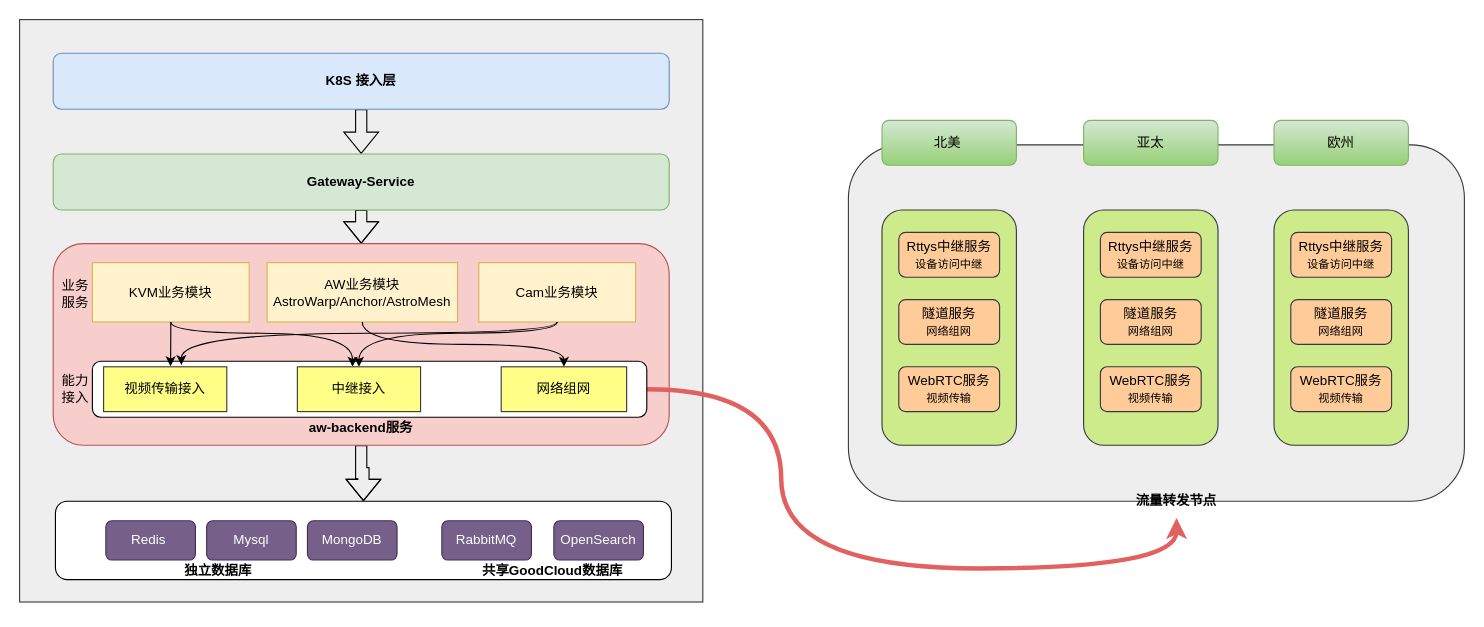
Above: page "第 2 页" (2 of 2) of aw-backend服务演进路线.drawio in 873098424/yanchuanbin (draw.io), before the change. Source tidied: cells renumbered, new cells numbered last; positions are measured from the earlier drawing's top-left corner, leaving out a move shared by most shapes. Both pictures are drawn from the tidied source at 112%, with x=0, y=0 at pixel (19, 19).
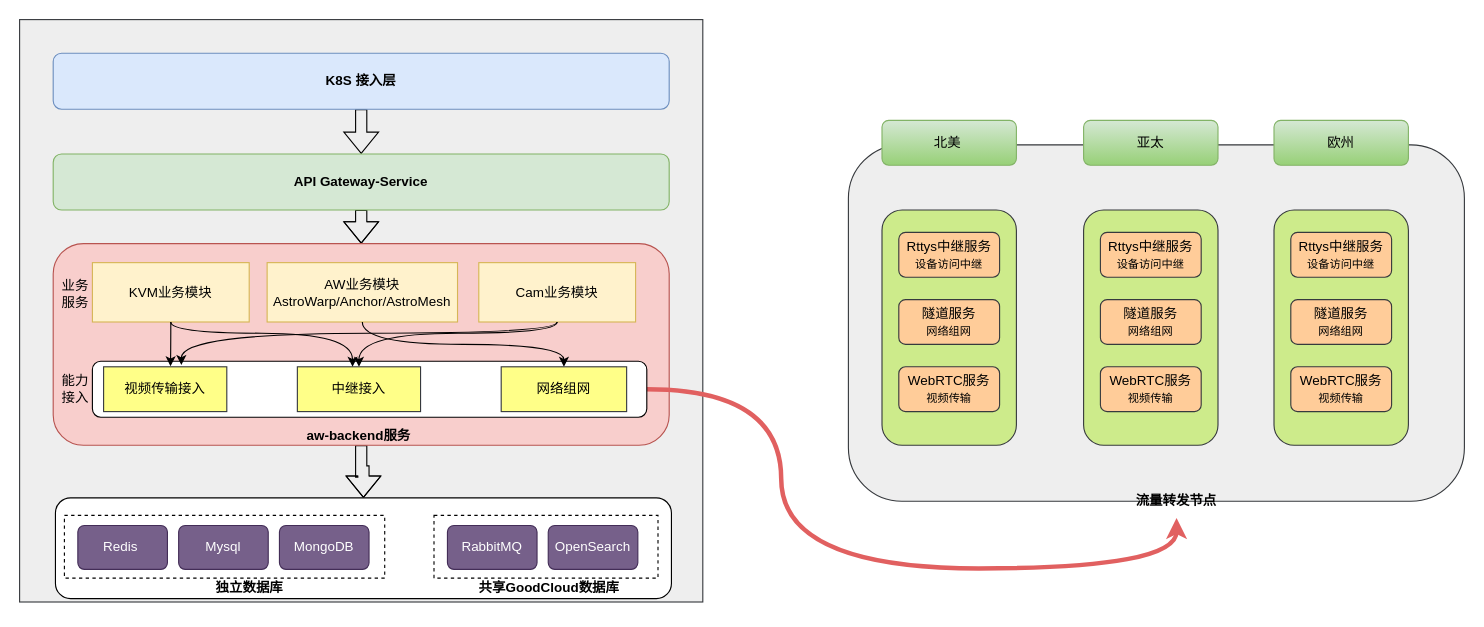
The same page after the edit.

Commit message:
更新aw-backend服务演进路线.drawio

Diff of the diagram source:
```diff
@@
-    <mxCell id="6" value="Gateway-Service" style="rounded=1;whiteSpace=wrap;html=1;fillColor=#d5e8d4;strokeColor=#82b366;fontStyle=1;" parent="1" vertex="1">
+    <mxCell id="6" value="API Gateway-Service" style="rounded=1;whiteSpace=wrap;html=1;fillColor=#d5e8d4;strokeColor=#82b366;fontStyle=1;" parent="1" vertex="1">
       <mxGeometry x="30" y="120" width="550" height="50" as="geometry" />
     </mxCell>
@@
     <mxCell id="12" style="group;" parent="1" vertex="1">
-      <mxGeometry x="32" y="430" width="550" height="83" as="geometry" />
+      <mxGeometry x="32" y="427" width="550" height="97.9" as="geometry" />
     </mxCell>
     <mxCell id="13" style="rounded=1;whiteSpace=wrap;html=1;" parent="12" vertex="1">
-      <mxGeometry width="550" height="70" as="geometry" />
+      <mxGeometry width="550" height="90" as="geometry" />
     </mxCell>
+    <mxCell id="19" value="独立数据库" style="text;html=1;whiteSpace=wrap;strokeColor=none;fillColor=none;align=center;verticalAlign=middle;rounded=0;fontStyle=1;" parent="12" vertex="1">
+      <mxGeometry x="136" y="64.3" width="75" height="33.6" as="geometry" />
+    </mxCell>
+    <mxCell id="51" style="rounded=0;whiteSpace=wrap;html=1;fillColor=none;dashed=1;" parent="12" vertex="1">
+      <mxGeometry x="8" y="15.7" width="286" height="56" as="geometry" />
+    </mxCell>
     <mxCell id="14" value="Redis&amp;nbsp;" style="rounded=1;whiteSpace=wrap;html=1;fillColor=#76608a;strokeColor=#432D57;fontColor=#ffffff;" parent="12" vertex="1">
-      <mxGeometry x="45" y="17.5" width="80" height="35" as="geometry" />
+      <mxGeometry x="20" y="24.7" width="80" height="39.2" as="geometry" />
     </mxCell>
     <mxCell id="15" value="Mysql" style="rounded=1;whiteSpace=wrap;html=1;fillColor=#76608a;strokeColor=#432D57;fontColor=#ffffff;" parent="12" vertex="1">
-      <mxGeometry x="135" y="17.5" width="80" height="35" as="geometry" />
+      <mxGeometry x="110" y="24.7" width="80" height="39.2" as="geometry" />
     </mxCell>
     <mxCell id="16" value="MongoDB" style="rounded=1;whiteSpace=wrap;html=1;fillColor=#76608a;strokeColor=#432D57;fontColor=#ffffff;" parent="12" vertex="1">
-      <mxGeometry x="225" y="17.5" width="80" height="35" as="geometry" />
+      <mxGeometry x="200" y="24.7" width="80" height="39.2" as="geometry" />
     </mxCell>
+    <mxCell id="20" value="共享GoodCloud数据库" style="text;html=1;whiteSpace=wrap;strokeColor=none;fillColor=none;align=center;verticalAlign=middle;rounded=0;fontStyle=1;" parent="12" vertex="1">
+      <mxGeometry x="375" y="64.3" width="132" height="33.6" as="geometry" />
+    </mxCell>
+    <mxCell id="52" style="rounded=0;whiteSpace=wrap;html=1;fillColor=none;dashed=1;" parent="12" vertex="1">
+      <mxGeometry x="338" y="15.7" width="200" height="56" as="geometry" />
+    </mxCell>
     <mxCell id="17" value="RabbitMQ" style="rounded=1;whiteSpace=wrap;html=1;fillColor=#76608a;strokeColor=#432D57;fontColor=#ffffff;" parent="12" vertex="1">
-      <mxGeometry x="345" y="17.5" width="80" height="35" as="geometry" />
+      <mxGeometry x="350" y="24.7" width="80" height="39.2" as="geometry" />
     </mxCell>
     <mxCell id="18" value="OpenSearch" style="rounded=1;whiteSpace=wrap;html=1;fillColor=#76608a;strokeColor=#432D57;fontColor=#ffffff;" parent="12" vertex="1">
-      <mxGeometry x="445" y="17.5" width="80" height="35" as="geometry" />
+      <mxGeometry x="440" y="24.7" width="80" height="39.2" as="geometry" />
     </mxCell>
-    <mxCell id="19" value="独立数据库" style="text;html=1;whiteSpace=wrap;strokeColor=none;fillColor=none;align=center;verticalAlign=middle;rounded=0;fontStyle=1;" parent="12" vertex="1">
-      <mxGeometry x="108" y="46.5" width="75" height="30" as="geometry" />
-    </mxCell>
-    <mxCell id="20" value="共享GoodCloud数据库" style="text;html=1;whiteSpace=wrap;strokeColor=none;fillColor=none;align=center;verticalAlign=middle;rounded=0;fontStyle=1;" parent="12" vertex="1">
-      <mxGeometry x="378" y="46.5" width="132" height="30" as="geometry" />
-    </mxCell>
@@
     <mxCell id="27" value="aw-backend服务" style="text;html=1;whiteSpace=wrap;strokeColor=none;fillColor=none;align=center;verticalAlign=middle;rounded=0;fontStyle=1;" parent="1" vertex="1">
-      <mxGeometry x="252" y="350" width="106" height="30" as="geometry" />
+      <mxGeometry x="250" y="357" width="106" height="30" as="geometry" />
     </mxCell>
```
